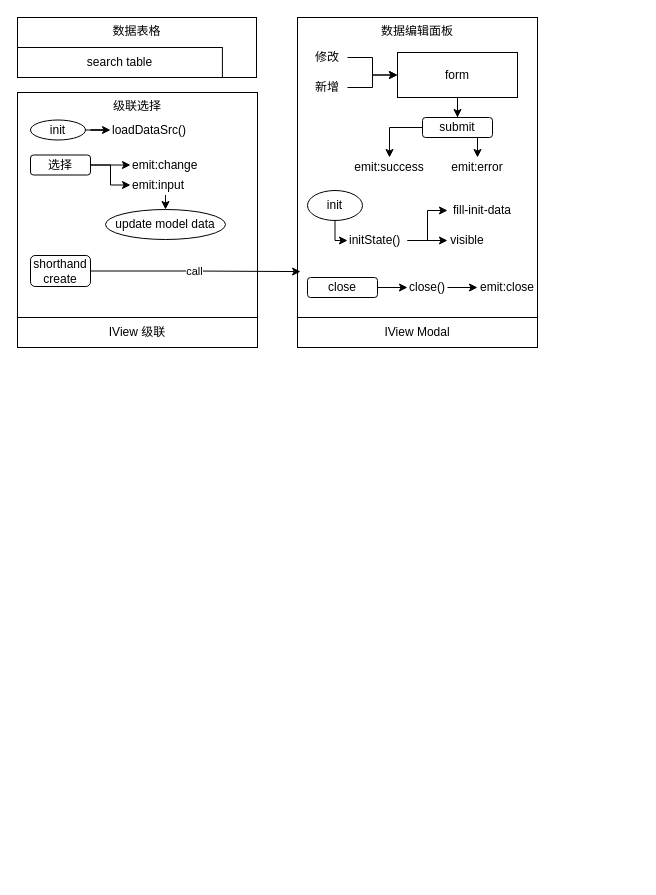
Above: leads_src.drawio in linker-junhao/diagram_drawio (draw.io), before the change. Source tidied: cells renumbered, new cells numbered last; positions are measured from the earlier drawing's top-left corner, leaving out a move shared by most shapes. Both pictures are drawn from the tidied source at 100%, with x=0, y=0 at pixel (17, 17).
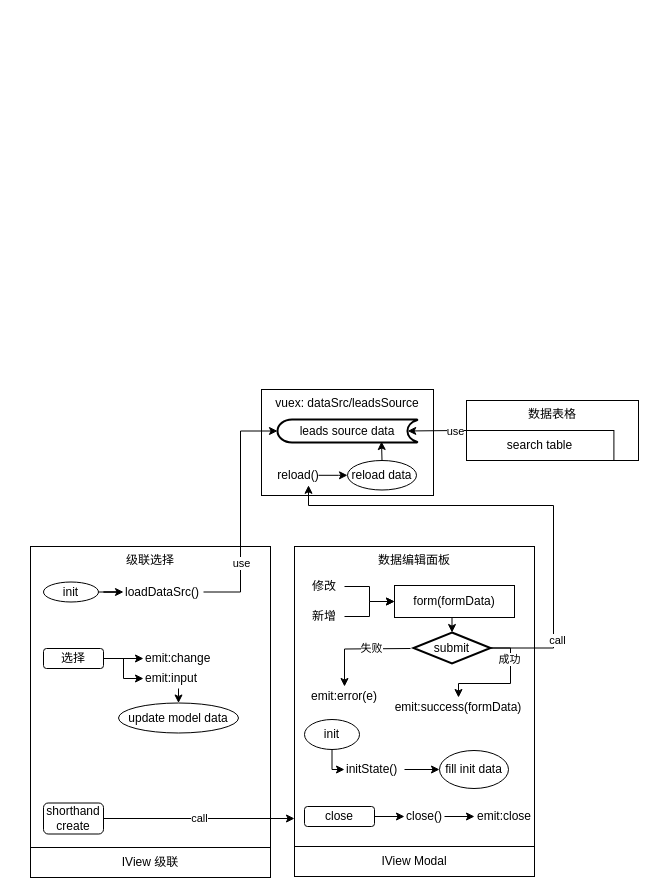
The same diagram, later.

The change refers to these unchanged cells:
```xml
<mxCell id="3" value="数据编辑面板" style="rounded=0;whiteSpace=wrap;html=1;verticalAlign=top;" parent="2" vertex="1">
  <mxGeometry width="240" height="300" as="geometry" />
</mxCell>
<mxCell id="20" value="initState()" style="text;html=1;strokeColor=none;fillColor=none;align=left;verticalAlign=middle;whiteSpace=wrap;rounded=0;" parent="2" vertex="1">
  <mxGeometry x="50" y="213" width="60" height="20" as="geometry" />
</mxCell>
```

The edit, as a diff of the source:
```diff
@@
+    <mxCell id="45" style="group;" parent="1" vertex="1">
+      <mxGeometry x="244" y="372" width="172" height="106" as="geometry" />
+    </mxCell>
+    <mxCell id="46" value="vuex: dataSrc/leadsSource" style="rounded=0;whiteSpace=wrap;html=1;align=center;verticalAlign=top;" parent="45" vertex="1">
+      <mxGeometry width="172" height="106" as="geometry" />
+    </mxCell>
+    <mxCell id="47" value="reload()" style="text;html=1;strokeColor=none;fillColor=none;align=center;verticalAlign=middle;whiteSpace=wrap;rounded=0;" parent="45" vertex="1">
+      <mxGeometry x="17" y="75.8" width="40" height="20" as="geometry" />
+    </mxCell>
+    <mxCell id="48" value="reload data" style="ellipse;whiteSpace=wrap;html=1;align=center;" parent="45" vertex="1">
+      <mxGeometry x="86" y="71" width="69" height="29.5" as="geometry" />
+    </mxCell>
+    <mxCell id="49" style="edgeStyle=orthogonalEdgeStyle;rounded=0;jettySize=auto;html=1;" parent="45" edge="1" source="47" target="48">
+      <mxGeometry x="1" y="46" as="geometry" />
+    </mxCell>
+    <mxCell id="50" value="leads source data" style="strokeWidth=2;html=1;shape=mxgraph.flowchart.stored_data;whiteSpace=wrap;align=center;" parent="45" vertex="1">
+      <mxGeometry x="16" y="30" width="140" height="23" as="geometry" />
+    </mxCell>
+    <mxCell id="51" style="edgeStyle=orthogonalEdgeStyle;rounded=0;jettySize=auto;html=1;exitX=0.5;exitY=0;exitDx=0;exitDy=0;entryX=0.743;entryY=0.957;entryDx=0;entryDy=0;entryPerimeter=0;" parent="45" edge="1" source="48" target="50">
+      <mxGeometry relative="1" as="geometry" />
+    </mxCell>
     <mxCell id="2" style="group;" parent="1" vertex="1">
-      <mxGeometry x="280" width="240" height="330" as="geometry" />
+      <mxGeometry x="277" y="529" width="240" height="330" as="geometry" />
     </mxCell>
@@
-    <mxCell id="6" value="form" style="rounded=0;whiteSpace=wrap;html=1;" parent="2" vertex="1">
-      <mxGeometry x="100" y="35" width="120" height="45" as="geometry" />
+    <mxCell id="6" value="form(formData)" style="rounded=0;whiteSpace=wrap;html=1;" parent="2" vertex="1">
+      <mxGeometry x="100" y="39" width="120" height="32" as="geometry" />
     </mxCell>
@@
-    <mxCell id="9" value="emit:success" style="text;html=1;strokeColor=none;fillColor=none;align=center;verticalAlign=middle;whiteSpace=wrap;rounded=0;" parent="2" vertex="1">
-      <mxGeometry x="50" y="140" width="84" height="20" as="geometry" />
+    <mxCell id="9" value="emit:success(formData)" style="text;html=1;strokeColor=none;fillColor=none;align=center;verticalAlign=middle;whiteSpace=wrap;rounded=0;" parent="2" vertex="1">
+      <mxGeometry x="100" y="151" width="128" height="20" as="geometry" />
     </mxCell>
-    <mxCell id="10" value="emit:error" style="text;html=1;strokeColor=none;fillColor=none;align=center;verticalAlign=middle;whiteSpace=wrap;rounded=0;" parent="2" vertex="1">
-      <mxGeometry x="150" y="140" width="60" height="20" as="geometry" />
+    <mxCell id="10" value="emit:error(e)" style="text;html=1;strokeColor=none;fillColor=none;align=center;verticalAlign=middle;whiteSpace=wrap;rounded=0;" parent="2" vertex="1">
+      <mxGeometry x="20" y="140" width="60" height="20" as="geometry" />
     </mxCell>
-    <mxCell id="11" style="edgeStyle=orthogonalEdgeStyle;rounded=0;jettySize=auto;html=1;exitX=0.5;exitY=1;exitDx=0;exitDy=0;entryX=0.5;entryY=0;entryDx=0;entryDy=0;" parent="2" edge="1" source="13" target="10">
-      <mxGeometry relative="1" as="geometry" />
+    <mxCell id="11" style="edgeStyle=orthogonalEdgeStyle;rounded=0;jettySize=auto;html=1;entryX=0.5;entryY=0;entryDx=0;entryDy=0;" parent="2" edge="1" target="10">
+      <mxGeometry relative="1" as="geometry">
+        <mxPoint x="116" y="102" as="sourcePoint" />
+      </mxGeometry>
     </mxCell>
-    <mxCell id="12" style="edgeStyle=orthogonalEdgeStyle;rounded=0;jettySize=auto;html=1;exitX=0;exitY=0.5;exitDx=0;exitDy=0;entryX=0.5;entryY=0;entryDx=0;entryDy=0;" parent="2" edge="1" source="13" target="9">
-      <mxGeometry relative="1" as="geometry" />
-    </mxCell>
-    <mxCell id="13" value="submit" style="rounded=1;whiteSpace=wrap;html=1;" parent="2" vertex="1">
-      <mxGeometry x="125" y="100" width="70" height="20" as="geometry" />
-    </mxCell>
+    <mxCell id="52" value="失败" style="edgeLabel;html=1;align=center;verticalAlign=middle;" parent="11" vertex="1">
+      <mxGeometry x="-0.2" y="3" relative="1" as="geometry">
+        <mxPoint x="1" y="-3.5" as="offset" />
+      </mxGeometry>
+    </mxCell>
-    <mxCell id="14" style="edgeStyle=orthogonalEdgeStyle;rounded=0;jettySize=auto;html=1;exitX=0.5;exitY=1;exitDx=0;exitDy=0;" parent="2" edge="1" source="6" target="13">
+    <mxCell id="14" style="edgeStyle=orthogonalEdgeStyle;rounded=0;jettySize=auto;html=1;exitX=0.5;exitY=1;exitDx=0;exitDy=0;entryX=0.5;entryY=0;entryDx=0;entryDy=0;entryPerimeter=0;" parent="2" edge="1" source="6" target="13">
       <mxGeometry relative="1" as="geometry" />
     </mxCell>
@@
+    <mxCell id="53" style="edgeStyle=orthogonalEdgeStyle;rounded=0;jettySize=auto;html=1;" parent="2" edge="1" source="20" target="55">
+      <mxGeometry relative="1" as="geometry" />
+    </mxCell>
@@
-    <mxCell id="22" value="visible" style="text;html=1;strokeColor=none;fillColor=none;align=center;verticalAlign=middle;whiteSpace=wrap;rounded=0;" parent="2" vertex="1">
-      <mxGeometry x="150" y="213" width="40" height="20" as="geometry" />
-    </mxCell>
-    <mxCell id="23" style="edgeStyle=orthogonalEdgeStyle;rounded=0;jettySize=auto;html=1;exitX=1;exitY=0.5;exitDx=0;exitDy=0;entryX=0;entryY=0.5;entryDx=0;entryDy=0;" parent="2" edge="1" source="20" target="22">
-      <mxGeometry relative="1" as="geometry" />
-    </mxCell>
-    <mxCell id="24" value="fill-init-data" style="text;html=1;strokeColor=none;fillColor=none;align=center;verticalAlign=middle;whiteSpace=wrap;rounded=0;" parent="2" vertex="1">
-      <mxGeometry x="150" y="183" width="70" height="20" as="geometry" />
-    </mxCell>
-    <mxCell id="25" style="edgeStyle=orthogonalEdgeStyle;rounded=0;jettySize=auto;html=1;exitX=1;exitY=0.5;exitDx=0;exitDy=0;entryX=0;entryY=0.5;entryDx=0;entryDy=0;" parent="2" edge="1" source="20" target="24">
-      <mxGeometry relative="1" as="geometry" />
-    </mxCell>
@@
+    <mxCell id="12" style="edgeStyle=orthogonalEdgeStyle;rounded=0;jettySize=auto;html=1;exitX=1;exitY=0.5;exitDx=0;exitDy=0;exitPerimeter=0;" parent="2" edge="1" source="13" target="9">
+      <mxGeometry relative="1" as="geometry" />
+    </mxCell>
+    <mxCell id="54" value="成功" style="edgeLabel;html=1;align=center;verticalAlign=middle;" parent="12" vertex="1">
+      <mxGeometry x="-0.52" relative="1" as="geometry">
+        <mxPoint x="-2" y="2" as="offset" />
+      </mxGeometry>
+    </mxCell>
+    <mxCell id="13" value="submit" style="strokeWidth=2;html=1;shape=mxgraph.flowchart.decision;whiteSpace=wrap;align=center;" parent="2" vertex="1">
+      <mxGeometry x="119" y="86" width="77" height="31" as="geometry" />
+    </mxCell>
+    <mxCell id="55" value="&lt;span&gt;fill init data&lt;/span&gt;" style="ellipse;whiteSpace=wrap;html=1;align=center;" parent="2" vertex="1">
+      <mxGeometry x="145" y="204" width="69" height="38" as="geometry" />
+    </mxCell>
     <mxCell id="28" style="group;" parent="1" vertex="1">
-      <mxGeometry width="239" height="60" as="geometry" />
+      <mxGeometry x="449" y="383" width="172" height="60" as="geometry" />
     </mxCell>
     <mxCell id="29" value="数据表格" style="rounded=0;whiteSpace=wrap;html=1;verticalAlign=top;" parent="28" vertex="1">
-      <mxGeometry width="239" height="60" as="geometry" />
+      <mxGeometry width="172" height="60" as="geometry" />
     </mxCell>
     <mxCell id="30" value="search table" style="rounded=0;whiteSpace=wrap;html=1;" parent="28" vertex="1">
-      <mxGeometry y="30" width="204.9" height="30" as="geometry" />
+      <mxGeometry y="30" width="147.4" height="30" as="geometry" />
     </mxCell>
+    <mxCell id="56" style="group;" parent="1" vertex="1">
+      <mxGeometry x="13" y="529" width="240" height="301" as="geometry" />
+    </mxCell>
-    <mxCell id="31" value="级联选择" style="rounded=0;whiteSpace=wrap;html=1;align=center;verticalAlign=top;" parent="1" vertex="1">
-      <mxGeometry y="75" width="240" height="225" as="geometry" />
+    <mxCell id="31" value="级联选择" style="rounded=0;whiteSpace=wrap;html=1;align=center;verticalAlign=top;" parent="56" vertex="1">
+      <mxGeometry width="240" height="301" as="geometry" />
     </mxCell>
-    <mxCell id="32" value="IView 级联" style="rounded=0;whiteSpace=wrap;html=1;" parent="1" vertex="1">
-      <mxGeometry y="300" width="240" height="30" as="geometry" />
-    </mxCell>
-    <mxCell id="33" value="init" style="ellipse;whiteSpace=wrap;html=1;" parent="1" vertex="1">
-      <mxGeometry x="13" y="102.5" width="55" height="20" as="geometry" />
+    <mxCell id="33" value="init" style="ellipse;whiteSpace=wrap;html=1;" parent="56" vertex="1">
+      <mxGeometry x="13" y="35.5" width="55" height="20" as="geometry" />
     </mxCell>
-    <mxCell id="34" value="loadDataSrc()" style="text;html=1;strokeColor=none;fillColor=none;align=left;verticalAlign=middle;whiteSpace=wrap;rounded=0;" parent="1" vertex="1">
-      <mxGeometry x="93" y="102.5" width="80" height="20" as="geometry" />
+    <mxCell id="34" value="loadDataSrc()" style="text;html=1;strokeColor=none;fillColor=none;align=left;verticalAlign=middle;whiteSpace=wrap;rounded=0;" parent="56" vertex="1">
+      <mxGeometry x="93" y="35.5" width="80" height="20" as="geometry" />
     </mxCell>
-    <mxCell id="35" style="edgeStyle=orthogonalEdgeStyle;rounded=0;jettySize=auto;html=1;" parent="1" edge="1" source="33" target="34">
-      <mxGeometry x="73" y="307.5" as="geometry" />
+    <mxCell id="35" style="edgeStyle=orthogonalEdgeStyle;rounded=0;jettySize=auto;html=1;" parent="56" edge="1" source="33" target="34">
+      <mxGeometry x="3" y="0.5" as="geometry" />
     </mxCell>
-    <mxCell id="36" value="选择" style="rounded=1;whiteSpace=wrap;html=1;align=center;" parent="1" vertex="1">
-      <mxGeometry x="13" y="137.5" width="60" height="20" as="geometry" />
+    <mxCell id="36" value="选择" style="rounded=1;whiteSpace=wrap;html=1;align=center;" parent="56" vertex="1">
+      <mxGeometry x="13" y="102" width="60" height="20" as="geometry" />
     </mxCell>
-    <mxCell id="37" value="emit:change" style="text;html=1;strokeColor=none;fillColor=none;align=left;verticalAlign=middle;whiteSpace=wrap;rounded=0;" parent="1" vertex="1">
-      <mxGeometry x="113" y="137.5" width="80" height="20" as="geometry" />
+    <mxCell id="37" value="emit:change" style="text;html=1;strokeColor=none;fillColor=none;align=left;verticalAlign=middle;whiteSpace=wrap;rounded=0;" parent="56" vertex="1">
+      <mxGeometry x="113" y="102" width="80" height="20" as="geometry" />
     </mxCell>
-    <mxCell id="38" style="edgeStyle=orthogonalEdgeStyle;rounded=0;jettySize=auto;html=1;exitX=1;exitY=0.5;exitDx=0;exitDy=0;entryX=0;entryY=0.5;entryDx=0;entryDy=0;" parent="1" edge="1" source="36" target="37">
-      <mxGeometry x="73" y="307.5" as="geometry" />
+    <mxCell id="38" style="edgeStyle=orthogonalEdgeStyle;rounded=0;jettySize=auto;html=1;exitX=1;exitY=0.5;exitDx=0;exitDy=0;entryX=0;entryY=0.5;entryDx=0;entryDy=0;" parent="56" edge="1" source="36" target="37">
+      <mxGeometry x="3" y="32" as="geometry" />
     </mxCell>
-    <mxCell id="39" value="emit:input" style="text;html=1;strokeColor=none;fillColor=none;align=left;verticalAlign=middle;whiteSpace=wrap;rounded=0;" parent="1" vertex="1">
-      <mxGeometry x="113" y="157.5" width="70" height="20" as="geometry" />
+    <mxCell id="39" value="emit:input" style="text;html=1;strokeColor=none;fillColor=none;align=left;verticalAlign=middle;whiteSpace=wrap;rounded=0;" parent="56" vertex="1">
+      <mxGeometry x="113" y="122" width="70" height="20" as="geometry" />
     </mxCell>
-    <mxCell id="40" style="edgeStyle=orthogonalEdgeStyle;rounded=0;jettySize=auto;html=1;exitX=1;exitY=0.5;exitDx=0;exitDy=0;entryX=0;entryY=0.5;entryDx=0;entryDy=0;" parent="1" edge="1" source="36" target="39">
-      <mxGeometry x="73" y="307.5" as="geometry" />
+    <mxCell id="40" style="edgeStyle=orthogonalEdgeStyle;rounded=0;jettySize=auto;html=1;exitX=1;exitY=0.5;exitDx=0;exitDy=0;entryX=0;entryY=0.5;entryDx=0;entryDy=0;" parent="56" edge="1" source="36" target="39">
+      <mxGeometry x="3" y="32" as="geometry" />
     </mxCell>
-    <mxCell id="41" value="update model data" style="ellipse;whiteSpace=wrap;html=1;align=center;" parent="1" vertex="1">
-      <mxGeometry x="88" y="192" width="120" height="30" as="geometry" />
+    <mxCell id="41" value="update model data" style="ellipse;whiteSpace=wrap;html=1;align=center;" parent="56" vertex="1">
+      <mxGeometry x="88" y="156.5" width="120" height="30" as="geometry" />
     </mxCell>
-    <mxCell id="42" style="edgeStyle=orthogonalEdgeStyle;rounded=0;jettySize=auto;html=1;exitX=0.5;exitY=1;exitDx=0;exitDy=0;entryX=0.5;entryY=0;entryDx=0;entryDy=0;" parent="1" edge="1" source="39" target="41">
-      <mxGeometry x="73" y="307.5" as="geometry" />
+    <mxCell id="42" style="edgeStyle=orthogonalEdgeStyle;rounded=0;jettySize=auto;html=1;exitX=0.5;exitY=1;exitDx=0;exitDy=0;entryX=0.5;entryY=0;entryDx=0;entryDy=0;" parent="56" edge="1" source="39" target="41">
+      <mxGeometry x="3" y="32" as="geometry" />
     </mxCell>
+    <mxCell id="44" value="shorthand create" style="rounded=1;whiteSpace=wrap;html=1;align=center;" parent="56" vertex="1">
+      <mxGeometry x="13" y="256.5" width="60" height="31" as="geometry" />
+    </mxCell>
-    <mxCell id="43" value="call" style="edgeStyle=orthogonalEdgeStyle;rounded=0;jettySize=auto;html=1;exitX=1;exitY=0.5;exitDx=0;exitDy=0;entryX=0.013;entryY=0.847;entryDx=0;entryDy=0;entryPerimeter=0;" parent="1" edge="1" source="44" target="3">
-      <mxGeometry relative="1" as="geometry" />
+    <mxCell id="43" value="call" style="edgeStyle=orthogonalEdgeStyle;rounded=0;jettySize=auto;html=1;exitX=1;exitY=0.5;exitDx=0;exitDy=0;" parent="1" edge="1" source="44">
+      <mxGeometry relative="1" as="geometry">
+        <mxPoint x="277" y="801" as="targetPoint" />
+        <Array as="points">
+          <mxPoint x="277" y="801" />
+        </Array>
+      </mxGeometry>
     </mxCell>
-    <mxCell id="44" value="shorthand create" style="rounded=1;whiteSpace=wrap;html=1;align=center;" parent="1" vertex="1">
-      <mxGeometry x="13" y="238" width="60" height="31" as="geometry" />
-    </mxCell>
+    <mxCell id="57" style="edgeStyle=orthogonalEdgeStyle;rounded=0;jettySize=auto;html=1;exitX=1;exitY=0.5;exitDx=0;exitDy=0;entryX=0;entryY=0.5;entryDx=0;entryDy=0;entryPerimeter=0;" parent="1" edge="1" source="34" target="50">
+      <mxGeometry relative="1" as="geometry" />
+    </mxCell>
+    <mxCell id="58" value="use" style="edgeLabel;html=1;align=center;verticalAlign=middle;" parent="57" vertex="1">
+      <mxGeometry x="-0.43" relative="1" as="geometry">
+        <mxPoint y="1" as="offset" />
+      </mxGeometry>
+    </mxCell>
+    <mxCell id="59" style="edgeStyle=orthogonalEdgeStyle;rounded=0;jettySize=auto;html=1;exitX=1;exitY=0.5;exitDx=0;exitDy=0;exitPerimeter=0;entryX=0.75;entryY=1;entryDx=0;entryDy=0;" parent="1" edge="1" source="13" target="47">
+      <mxGeometry relative="1" as="geometry">
+        <Array as="points">
+          <mxPoint x="536" y="631" />
+          <mxPoint x="536" y="488" />
+          <mxPoint x="291" y="488" />
+        </Array>
+      </mxGeometry>
+    </mxCell>
+    <mxCell id="60" value="call" style="edgeLabel;html=1;align=center;verticalAlign=middle;" parent="59" vertex="1">
+      <mxGeometry x="-0.7" y="-3" relative="1" as="geometry" />
+    </mxCell>
+    <mxCell id="32" value="IView 级联" style="rounded=0;whiteSpace=wrap;html=1;" parent="1" vertex="1">
+      <mxGeometry x="13" y="830" width="240" height="30" as="geometry" />
+    </mxCell>
+    <mxCell id="61" style="edgeStyle=orthogonalEdgeStyle;rounded=0;jettySize=auto;html=1;exitX=0;exitY=0;exitDx=0;exitDy=0;entryX=0.93;entryY=0.5;entryDx=0;entryDy=0;entryPerimeter=0;" parent="1" edge="1" source="30" target="50">
+      <mxGeometry relative="1" as="geometry">
+        <Array as="points">
+          <mxPoint x="439" y="414" />
+        </Array>
+      </mxGeometry>
+    </mxCell>
+    <mxCell id="62" value="use" style="edgeLabel;html=1;align=center;verticalAlign=middle;" parent="61" vertex="1">
+      <mxGeometry x="-0.22" y="1" relative="1" as="geometry">
+        <mxPoint x="11" y="-0.6" as="offset" />
+      </mxGeometry>
+    </mxCell>
```
